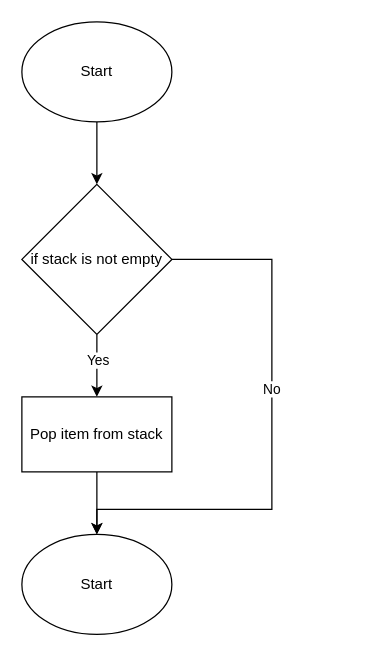
The draw.io diagram Design/Unit2-popItem.drawio in dbcalitis/ics4u-unit2-03-typescript, before the edit. Source tidied: cells renumbered, new cells numbered last; positions are measured from the earlier drawing's top-left corner, leaving out a move shared by most shapes. Both pictures are drawn from the tidied source at 125%, with x=0, y=0 at pixel (21, 21).
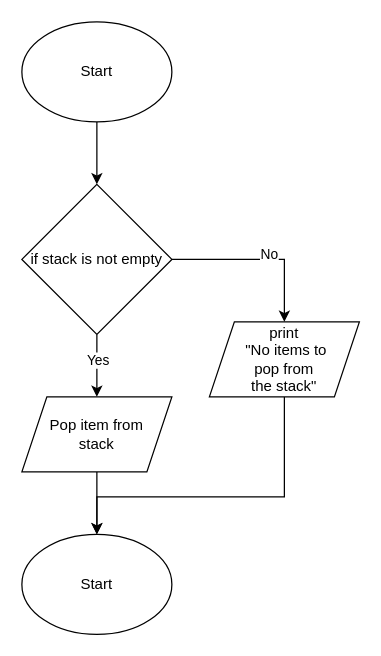
The same page after the edit.

What changed in the source:
```diff
@@
 <mxGraphModel>
   <root>
     <mxCell id="0" />
     <mxCell id="1" parent="0" />
     <mxCell id="2" style="edgeStyle=none;html=1;exitX=0.5;exitY=1;exitDx=0;exitDy=0;" parent="1" edge="1" source="3" target="8">
       <mxGeometry relative="1" as="geometry" />
     </mxCell>
     <mxCell id="3" value="Start" style="ellipse;whiteSpace=wrap;html=1;" parent="1" vertex="1">
       <mxGeometry width="120" height="80" as="geometry" />
     </mxCell>
-    <mxCell id="4" style="edgeStyle=none;html=1;exitX=0.5;exitY=1;exitDx=0;exitDy=0;" parent="1" edge="1" source="8" target="10">
-      <mxGeometry relative="1" as="geometry" />
+    <mxCell id="4" style="edgeStyle=none;html=1;exitX=0.5;exitY=1;exitDx=0;exitDy=0;" parent="1" edge="1" source="8">
+      <mxGeometry relative="1" as="geometry">
+        <mxPoint x="60" y="300" as="targetPoint" />
+      </mxGeometry>
     </mxCell>
     <mxCell id="5" value="Yes" style="edgeLabel;html=1;align=center;verticalAlign=middle;" parent="4" vertex="1">
       <mxGeometry x="-0.19" relative="1" as="geometry" />
     </mxCell>
-    <mxCell id="6" style="edgeStyle=orthogonalEdgeStyle;html=1;exitX=1;exitY=0.5;exitDx=0;exitDy=0;entryX=0.5;entryY=0;entryDx=0;entryDy=0;rounded=0;" parent="1" edge="1" source="8" target="11">
-      <mxGeometry relative="1" as="geometry">
-        <Array as="points">
-          <mxPoint x="200" y="190" />
-          <mxPoint x="200" y="390" />
-          <mxPoint x="60" y="390" />
-        </Array>
-      </mxGeometry>
-    </mxCell>
+    <mxCell id="12" style="edgeStyle=orthogonalEdgeStyle;rounded=0;html=1;exitX=1;exitY=0.5;exitDx=0;exitDy=0;entryX=0.5;entryY=0;entryDx=0;entryDy=0;" parent="1" edge="1" source="8" target="14">
+      <mxGeometry relative="1" as="geometry" />
+    </mxCell>
-    <mxCell id="7" value="No" style="edgeLabel;html=1;align=center;verticalAlign=middle;" parent="6" vertex="1">
-      <mxGeometry x="-0.17" y="-1" relative="1" as="geometry" />
+    <mxCell id="7" value="No" style="edgeLabel;html=1;align=center;verticalAlign=middle;" parent="12" vertex="1">
+      <mxGeometry x="0.1" y="5" relative="1" as="geometry" />
     </mxCell>
     <mxCell id="8" value="if stack is not empty" style="rhombus;whiteSpace=wrap;html=1;" parent="1" vertex="1">
       <mxGeometry y="130" width="120" height="120" as="geometry" />
     </mxCell>
-    <mxCell id="9" style="edgeStyle=none;html=1;exitX=0.5;exitY=1;exitDx=0;exitDy=0;entryX=0.5;entryY=0;entryDx=0;entryDy=0;" parent="1" edge="1" source="10" target="11">
-      <mxGeometry relative="1" as="geometry" />
+    <mxCell id="9" style="edgeStyle=none;html=1;exitX=0.5;exitY=1;exitDx=0;exitDy=0;entryX=0.5;entryY=0;entryDx=0;entryDy=0;" parent="1" edge="1" target="11">
+      <mxGeometry relative="1" as="geometry">
+        <mxPoint x="60" y="360" as="sourcePoint" />
+      </mxGeometry>
     </mxCell>
+    <mxCell id="11" value="Start" style="ellipse;whiteSpace=wrap;html=1;" parent="1" vertex="1">
+      <mxGeometry y="410" width="120" height="80" as="geometry" />
+    </mxCell>
-    <mxCell id="10" value="Pop item from stack" style="rounded=0;whiteSpace=wrap;html=1;" parent="1" vertex="1">
+    <mxCell id="10" value="Pop item from &lt;br&gt;stack" style="shape=parallelogram;perimeter=parallelogramPerimeter;whiteSpace=wrap;html=1;fixedSize=1;" parent="1" vertex="1">
       <mxGeometry y="300" width="120" height="60" as="geometry" />
     </mxCell>
-    <mxCell id="11" value="Start" style="ellipse;whiteSpace=wrap;html=1;" parent="1" vertex="1">
-      <mxGeometry y="410" width="120" height="80" as="geometry" />
-    </mxCell>
+    <mxCell id="13" style="edgeStyle=orthogonalEdgeStyle;rounded=0;html=1;exitX=0.5;exitY=1;exitDx=0;exitDy=0;entryX=0.5;entryY=0;entryDx=0;entryDy=0;" parent="1" edge="1" source="14" target="11">
+      <mxGeometry relative="1" as="geometry">
+        <Array as="points">
+          <mxPoint x="210" y="380" />
+          <mxPoint x="60" y="380" />
+        </Array>
+      </mxGeometry>
+    </mxCell>
+    <mxCell id="14" value="print&lt;br&gt;&amp;nbsp;&quot;No items to &lt;br&gt;pop from &lt;br&gt;the stack&quot;" style="shape=parallelogram;perimeter=parallelogramPerimeter;whiteSpace=wrap;html=1;fixedSize=1;" parent="1" vertex="1">
+      <mxGeometry x="150" y="240" width="120" height="60" as="geometry" />
+    </mxCell>
   </root>
 </mxGraphModel>
```
